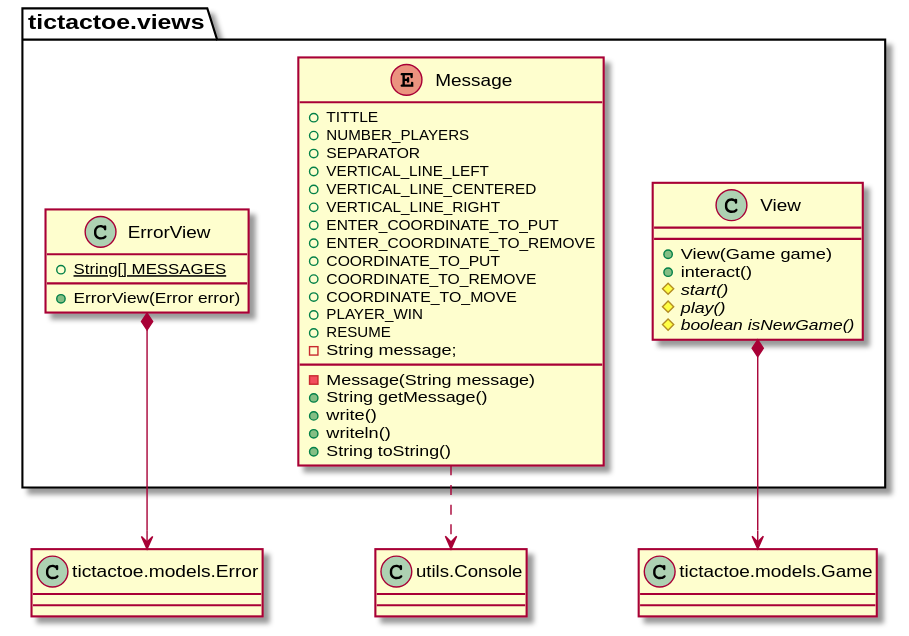
Above: documentView/withoutFactoryMethod/docs/diagrams/out/paquetes/tictactoe.views.svg in Jolucaa/USantaTecla-project-ticTacToe (PlantUML), before the change.
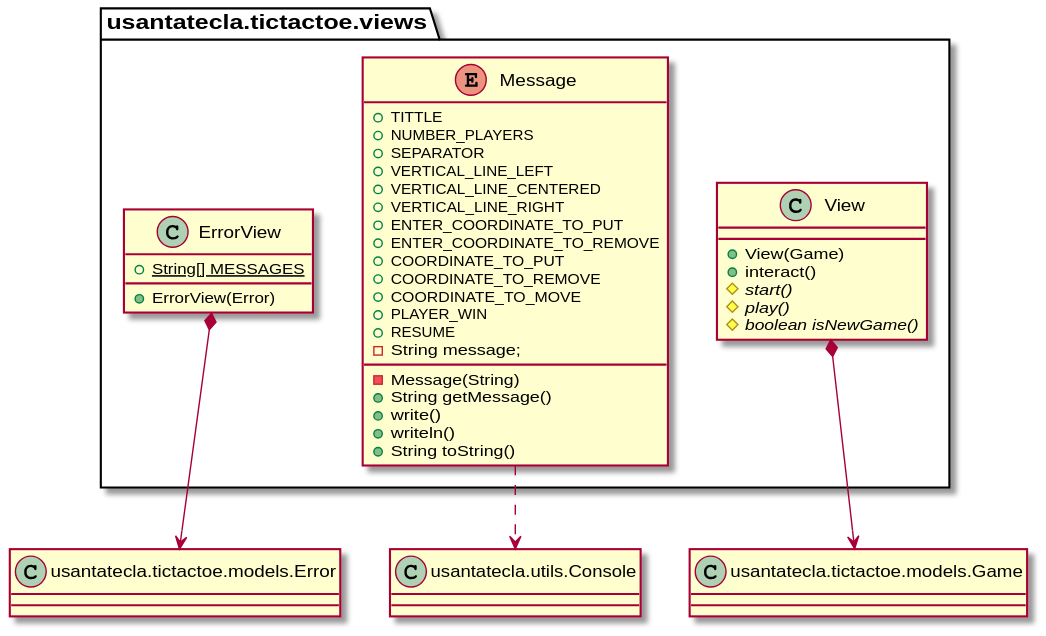
The same diagram one commit later.

Diff of the diagram source:
```diff
@@ -1,13 +1,13 @@
 @startuml
-class tictactoe.views.ErrorView {
+class usantatecla.tictactoe.views.ErrorView {
 
 	+ {static} String[] MESSAGES
 
-	+ ErrorView(Error error)
+	+ ErrorView(Error)
 
 }
 
-enum tictactoe.views.Message {
+enum usantatecla.tictactoe.views.Message {
     + TITTLE
 	+ NUMBER_PLAYERS
 	+ SEPARATOR
@@ -23,7 +23,7 @@
 	+ RESUME
 	- String message;
 
-	- Message(String message)
+	- Message(String)
 	+ String getMessage()
 	+ write()
 	+ writeln()
@@ -31,9 +31,9 @@
 
 }
 
-class tictactoe.views.View {
+class usantatecla.tictactoe.views.View {
 
-	+ View(Game game)
+	+ View(Game)
 	+ interact()
 	# {abstract} start()
 	# {abstract} play()
@@ -41,11 +41,11 @@
 
 }
 
-class Game as "tictactoe.models.Game"
-class Console as "utils.Console"
-class Error as "tictactoe.models.Error"
+class Game as "usantatecla.tictactoe.models.Game"
+class Console as "usantatecla.utils.Console"
+class Error as "usantatecla.tictactoe.models.Error"
 
-tictactoe.views.ErrorView *--> Error
-tictactoe.views.View *--> Game
-tictactoe.views.Message ..> Console
+usantatecla.tictactoe.views.ErrorView *--> Error
+usantatecla.tictactoe.views.View *--> Game
+usantatecla.tictactoe.views.Message ..> Console
 @enduml
```
